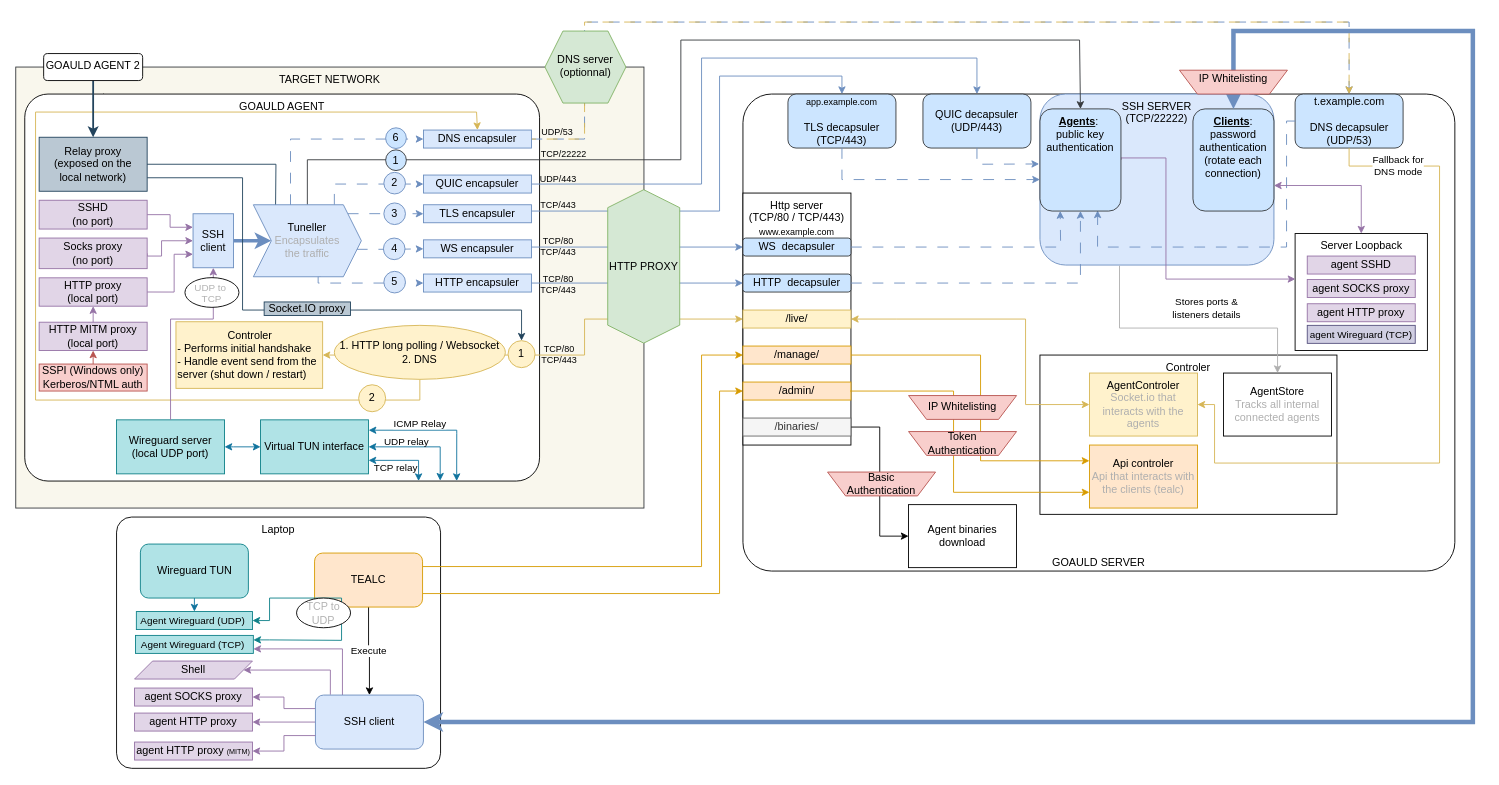
This is page "Copie de Page-1" (1 of 3) of img/Goauld.drawio from Hazegard/Goauld, a draw.io file, before an edit. Source tidied: cells renumbered, new cells numbered last; positions are measured from the earlier drawing's top-left corner, leaving out a move shared by most shapes. Both pictures are drawn from the tidied source at 90%, with x=0, y=0 at pixel (15, 22).
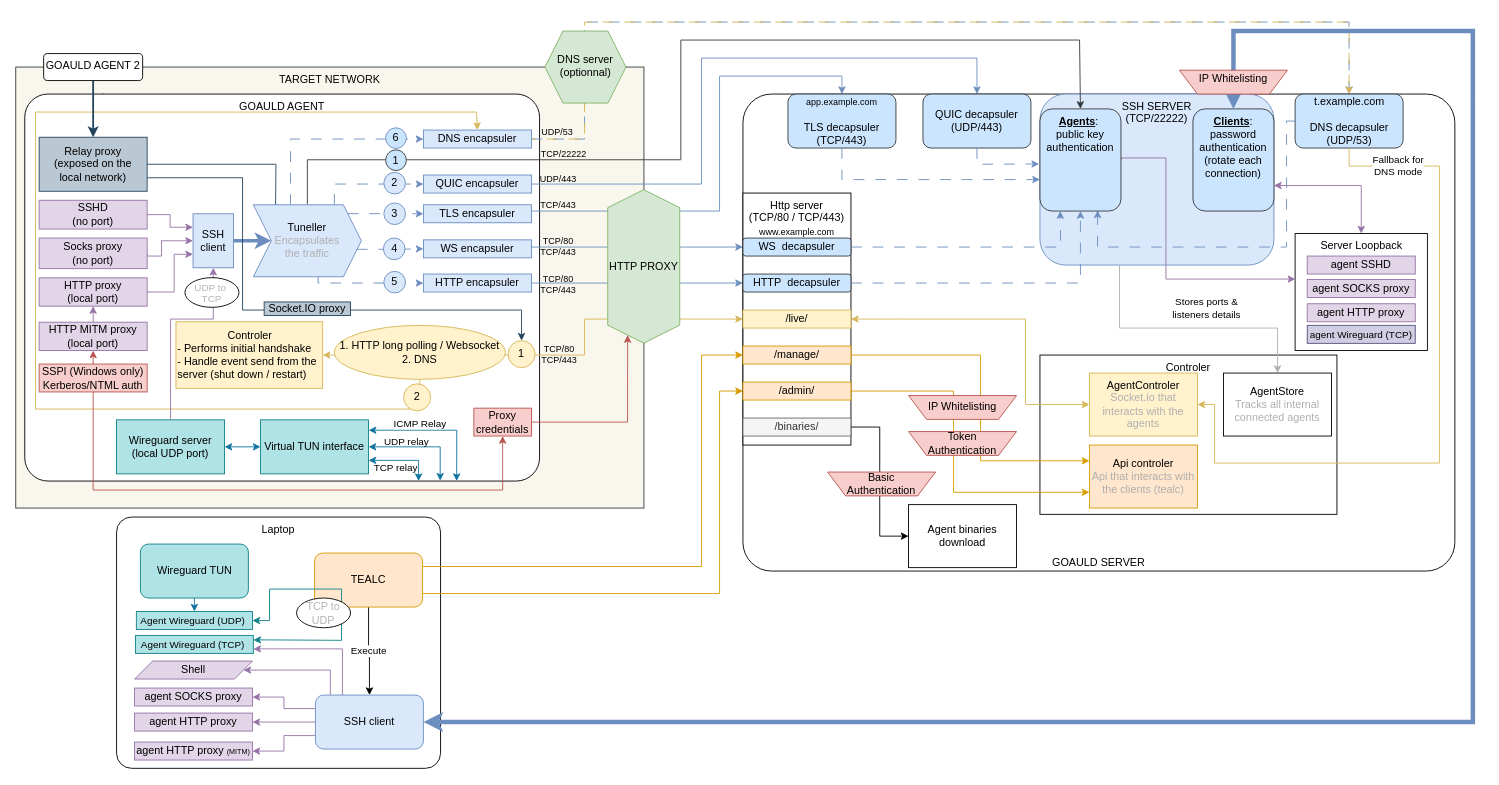
The same page after the edit.

The change refers to these unchanged cells:
```xml
<mxCell id="54" value="DNS encapsuler" style="rounded=0;whiteSpace=wrap;html=1;fillColor=#dae8fc;strokeColor=#6c8ebf;" parent="1" vertex="1">
  <mxGeometry x="453" y="120" width="120" height="20" as="geometry" />
</mxCell>
<mxCell id="66" value="1. HTTP long polling&amp;nbsp;&lt;span style=&quot;background-color: transparent; color: light-dark(rgb(0, 0, 0), rgb(255, 255, 255));&quot;&gt;/ Websocket&lt;/span&gt;&lt;div&gt;&lt;span style=&quot;background-color: transparent; color: light-dark(rgb(0, 0, 0), rgb(255, 255, 255));&quot;&gt;2. DNS&lt;/span&gt;&lt;/div&gt;" style="ellipse;whiteSpace=wrap;html=1;fillColor=#fff2cc;strokeColor=#d6b656;" parent="1" vertex="1">
  <mxGeometry x="354" y="337" width="190" height="60" as="geometry" />
</mxCell>
<mxCell id="85" value="HTTP PROXY" style="shape=hexagon;perimeter=hexagonPerimeter2;whiteSpace=wrap;html=1;fixedSize=1;rotation=90;horizontal=0;fillColor=#d5e8d4;strokeColor=#82b366;" parent="1" vertex="1">
  <mxGeometry x="612.5" y="231.5" width="170.5" height="80" as="geometry" />
</mxCell>
<mxCell id="124" value="&lt;font style=&quot;font-size: 11px;&quot;&gt;Agent Wireguard (TCP)&amp;nbsp;&lt;/font&gt;" style="rounded=0;whiteSpace=wrap;html=1;fillColor=#b0e3e6;strokeColor=#0e8088;" parent="1" vertex="1">
  <mxGeometry x="133" y="681.5" width="131" height="20" as="geometry" />
</mxCell>
<mxCell id="125" value="&lt;font style=&quot;font-size: 11px;&quot;&gt;Agent Wireguard (UDP)&amp;nbsp;&lt;/font&gt;" style="rounded=0;whiteSpace=wrap;html=1;fillColor=#b0e3e6;strokeColor=#0e8088;" parent="1" vertex="1">
  <mxGeometry x="134" y="655" width="129" height="20" as="geometry" />
</mxCell>
```

Diff of the diagram source:
```diff
@@
     <mxCell id="65" style="edgeStyle=orthogonalEdgeStyle;rounded=0;jettySize=auto;html=1;exitX=0.5;exitY=1;exitDx=0;exitDy=0;entryX=0.5;entryY=0;entryDx=0;entryDy=0;fillColor=#fff2cc;strokeColor=#d6b656;" parent="1" edge="1" source="66" target="54">
       <mxGeometry relative="1" as="geometry">
         <Array as="points">
-          <mxPoint x="449" y="420" />
-          <mxPoint x="22" y="420" />
+          <mxPoint x="449" y="430" />
+          <mxPoint x="22" y="430" />
           <mxPoint x="22" y="100" />
           <mxPoint x="512" y="100" />
           <mxPoint x="512" y="120" />
         </Array>
       </mxGeometry>
     </mxCell>
@@
     <mxCell id="87" value="2" style="ellipse;whiteSpace=wrap;html=1;fillColor=#fff2cc;strokeColor=#d6b656;" parent="1" vertex="1">
-      <mxGeometry x="381" y="403" width="30" height="30" as="geometry" />
+      <mxGeometry x="431" y="402" width="30" height="30" as="geometry" />
     </mxCell>
@@
     <mxCell id="123" style="edgeStyle=orthogonalEdgeStyle;rounded=0;jettySize=auto;html=1;exitX=1;exitY=0.25;exitDx=0;exitDy=0;entryX=1;entryY=0.5;entryDx=0;entryDy=0;fillColor=#b0e3e6;strokeColor=#0e8088;startArrow=classic;startFill=1;" parent="1" edge="1" source="124" target="125">
       <mxGeometry relative="1" as="geometry">
         <Array as="points">
           <mxPoint x="282" y="687" />
           <mxPoint x="362" y="687" />
-          <mxPoint x="362" y="640" />
-          <mxPoint x="282" y="640" />
+          <mxPoint x="362" y="630" />
+          <mxPoint x="282" y="630" />
           <mxPoint x="282" y="665" />
         </Array>
       </mxGeometry>
     </mxCell>
@@
+    <mxCell id="146" style="edgeStyle=orthogonalEdgeStyle;rounded=0;jettySize=auto;html=1;exitX=0.5;exitY=1;exitDx=0;exitDy=0;entryX=0.5;entryY=1;entryDx=0;entryDy=0;fillColor=#f8cecc;strokeColor=#b85450;" parent="1" edge="1" source="137" target="148">
+      <mxGeometry relative="1" as="geometry">
+        <Array as="points">
+          <mxPoint x="86" y="520" />
+          <mxPoint x="541" y="520" />
+        </Array>
+      </mxGeometry>
+    </mxCell>
     <mxCell id="137" value="SSPI (Windows only)&lt;div&gt;Kerberos/NTML auth&lt;/div&gt;" style="rounded=0;whiteSpace=wrap;html=1;fillColor=#f8cecc;strokeColor=#b85450;" parent="1" vertex="1">
-      <mxGeometry x="26" y="380" width="120" height="30" as="geometry" />
+      <mxGeometry x="26" y="380" width="120" height="31" as="geometry" />
     </mxCell>
@@
+    <mxCell id="147" style="edgeStyle=orthogonalEdgeStyle;rounded=0;jettySize=auto;html=1;exitX=1;exitY=0.5;exitDx=0;exitDy=0;entryX=1;entryY=0.75;entryDx=0;entryDy=0;fillColor=#f8cecc;strokeColor=#b85450;" parent="1" edge="1" source="148" target="85">
+      <mxGeometry relative="1" as="geometry" />
+    </mxCell>
+    <mxCell id="148" value="Proxy credentials" style="rounded=0;whiteSpace=wrap;html=1;fillColor=#f8cecc;strokeColor=#b85450;" parent="1" vertex="1">
+      <mxGeometry x="509" y="429" width="64" height="31" as="geometry" />
+    </mxCell>
```
